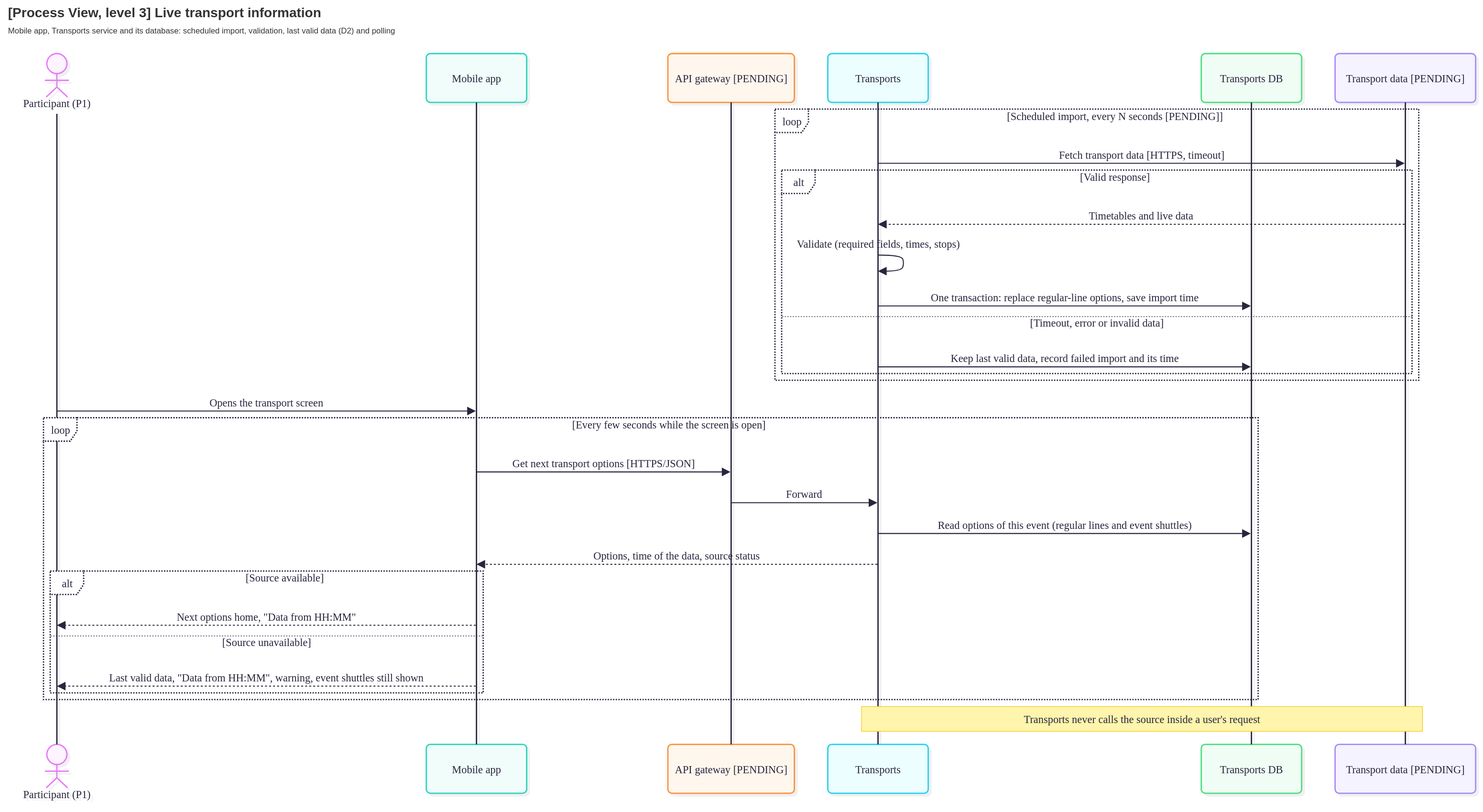
Above: Docs/Technical/diagrams/process-view-level-3-transports.drawio.svg in tomasoliveira21/LABDSOF (draw.io), before the change. Source tidied: cells renumbered, new cells last; positions are measured from the earlier drawing's top-left corner, leaving out a move shared by most shapes.
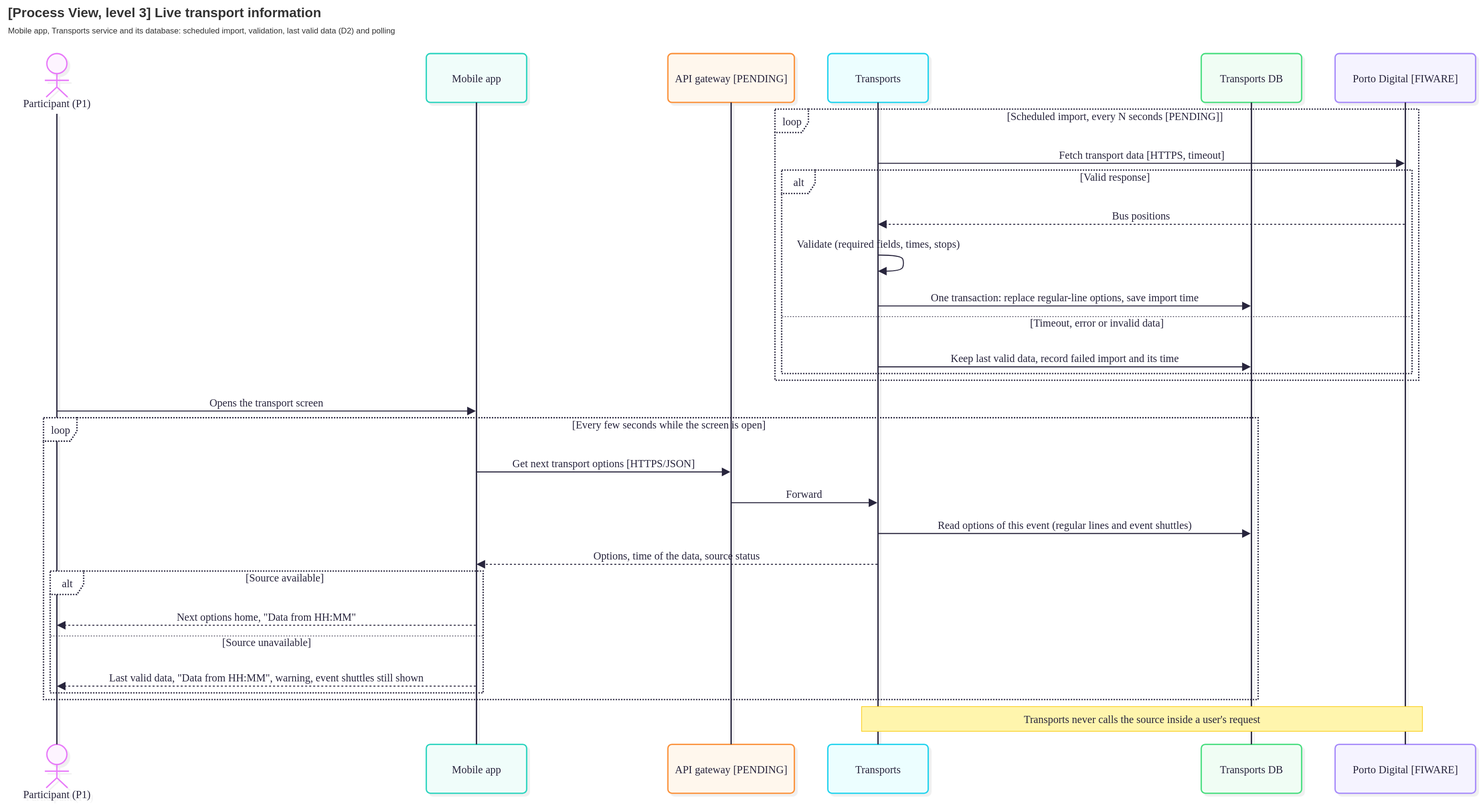
The same diagram one commit later.

The edit, as a diff of the source:
```diff
@@ -20,7 +20,7 @@
     <mxCell id="7" value="Transports DB" style="html=1;shape=umlLifeline;perimeter=lifelinePerimeter;whiteSpace=wrap;outlineConnect=0;portConstraint=eastwest;newEdgeStyle={&quot;edgeStyle&quot;:&quot;sequenceEdgeStyle&quot;,&quot;libavoidRouting&quot;:0,&quot;curved&quot;:0,&quot;rounded&quot;:0};lifelineDashed=0;strokeWidth=2;rounded=1;absoluteArcSize=1;arcSize=12;lifelineColor=#28253D;fillColor=#F0FDF4;strokeColor=#4ADE80;fontColor=#28253D;size=73;lifelineMirror=1;fontFamily=Recursive;fontSize=16;shadow=1;shadowColor=#000000;shadowOffsetX=4;shadowOffsetY=4;shadowBlur=0;shadowOpacity=6;fontSource=https%3A%2F%2Ffonts.googleapis.com%2Fcss%3Ffamily%3DRecursive;" parent="2" vertex="1">
       <mxGeometry x="1785" width="150" height="1105" as="geometry" />
     </mxCell>
-    <mxCell id="8" value="Transport data [PENDING]" style="html=1;shape=umlLifeline;perimeter=lifelinePerimeter;whiteSpace=wrap;outlineConnect=0;portConstraint=eastwest;newEdgeStyle={&quot;edgeStyle&quot;:&quot;sequenceEdgeStyle&quot;,&quot;libavoidRouting&quot;:0,&quot;curved&quot;:0,&quot;rounded&quot;:0};lifelineDashed=0;strokeWidth=2;rounded=1;absoluteArcSize=1;arcSize=12;lifelineColor=#28253D;fillColor=#F5F3FF;strokeColor=#A78BFA;fontColor=#28253D;size=73;lifelineMirror=1;fontFamily=Recursive;fontSize=16;shadow=1;shadowColor=#000000;shadowOffsetX=4;shadowOffsetY=4;shadowBlur=0;shadowOpacity=6;fontSource=https%3A%2F%2Ffonts.googleapis.com%2Fcss%3Ffamily%3DRecursive;" parent="2" vertex="1">
+    <mxCell id="8" value="Porto Digital [FIWARE]" style="html=1;shape=umlLifeline;perimeter=lifelinePerimeter;whiteSpace=wrap;outlineConnect=0;portConstraint=eastwest;newEdgeStyle={&quot;edgeStyle&quot;:&quot;sequenceEdgeStyle&quot;,&quot;libavoidRouting&quot;:0,&quot;curved&quot;:0,&quot;rounded&quot;:0};lifelineDashed=0;strokeWidth=2;rounded=1;absoluteArcSize=1;arcSize=12;lifelineColor=#28253D;fillColor=#F5F3FF;strokeColor=#A78BFA;fontColor=#28253D;size=73;lifelineMirror=1;fontFamily=Recursive;fontSize=16;shadow=1;shadowColor=#000000;shadowOffsetX=4;shadowOffsetY=4;shadowBlur=0;shadowOpacity=6;fontSource=https%3A%2F%2Ffonts.googleapis.com%2Fcss%3Ffamily%3DRecursive;" parent="2" vertex="1">
       <mxGeometry x="1985" width="210" height="1105" as="geometry" />
     </mxCell>
     <mxCell id="9" value="loop" style="html=1;shape=umlFrame;dashed=1;fixDash=1;dashPattern=2 2;strokeWidth=2;fillColor=#ffffff;strokeColor=#28253D;fontSize=16;align=center;verticalAlign=middle;fontFamily=Recursive;fontColor=#28253D;height=35;width=50;fontSource=https%3A%2F%2Ffonts.googleapis.com%2Fcss%3Ffamily%3DRecursive;" parent="2" vertex="1">
@@ -66,7 +66,7 @@
         </Array>
       </mxGeometry>
     </mxCell>
-    <mxCell id="22" value="Timetables and live data" style="dashed=1;fixDash=1;dashPattern=3 3;endArrow=block;endSize=9;verticalAlign=bottom;spacingBottom=2;edgeStyle=sequenceEdgeStyle;libavoidRouting=0;curved=0;rounded=0;fontSize=16;labelBackgroundColor=none;strokeWidth=1.5;strokeColor=#28253D;fontColor=#28253D;fontFamily=Recursive;fontSource=https%3A%2F%2Ffonts.googleapis.com%2Fcss%3Ffamily%3DRecursive;" parent="2" edge="1" source="8" target="6">
+    <mxCell id="22" value="Bus positions" style="dashed=1;fixDash=1;dashPattern=3 3;endArrow=block;endSize=9;verticalAlign=bottom;spacingBottom=2;edgeStyle=sequenceEdgeStyle;libavoidRouting=0;curved=0;rounded=0;fontSize=16;labelBackgroundColor=none;strokeWidth=1.5;strokeColor=#28253D;fontColor=#28253D;fontFamily=Recursive;fontSource=https%3A%2F%2Ffonts.googleapis.com%2Fcss%3Ffamily%3DRecursive;" parent="2" edge="1" source="8" target="6">
       <mxGeometry relative="1" as="geometry">
         <Array as="points">
           <mxPoint x="1696" y="255" />
```
